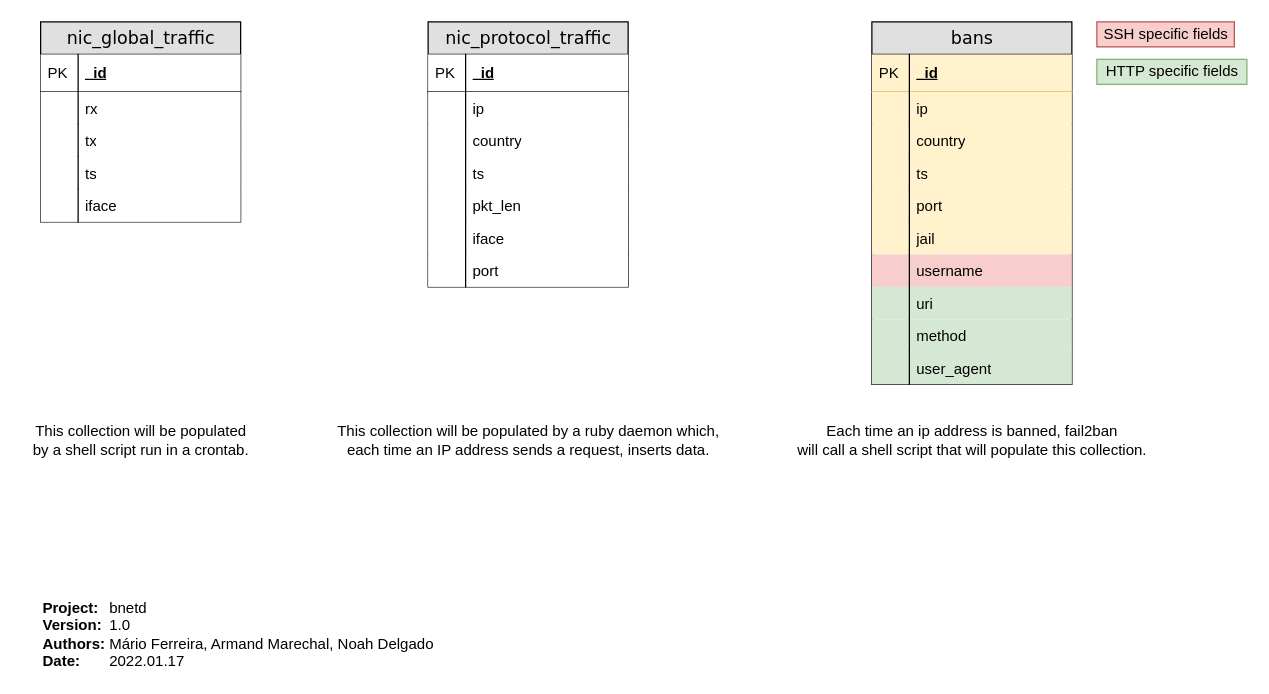
This is doc/db/schema.drawio from Thynkon/bnetd-laravel, a draw.io file, before an edit. Source tidied: cells renumbered, new cells numbered last; positions are measured from the earlier drawing's top-left corner, leaving out a move shared by most shapes. Both pictures are drawn from the tidied source at 125%, with x=0, y=0 at pixel (21, 21).
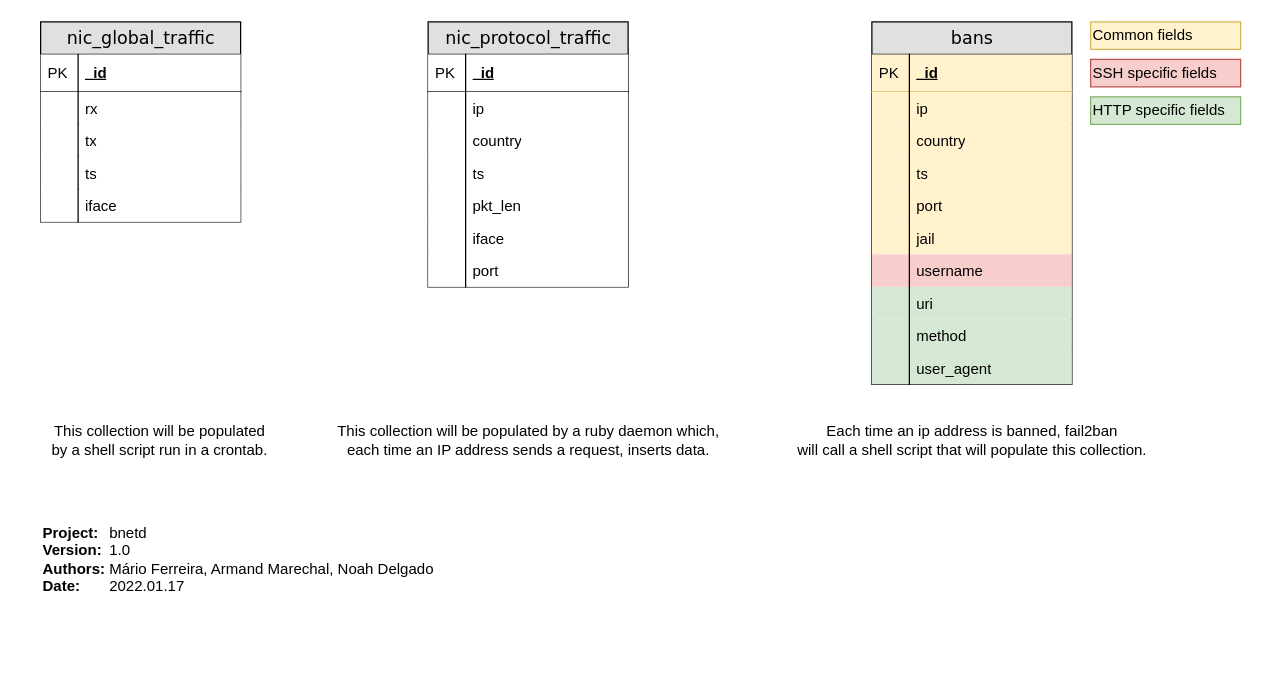
Above is the later version.

Commit message (it also covers changes not shown here):
Update db diagram's legend

The edit, as a diff of the source:
```diff
@@
-    <mxCell id="23" value="SSH specific fields" style="text;html=1;align=center;verticalAlign=middle;strokeColor=#b85450;fillColor=#f8cecc;" parent="1" vertex="1">
-      <mxGeometry x="860" width="110" height="20" as="geometry" />
-    </mxCell>
-    <mxCell id="24" value="HTTP specific fields" style="text;html=1;align=center;verticalAlign=middle;strokeColor=#82b366;fillColor=#d5e8d4;" parent="1" vertex="1">
-      <mxGeometry x="860" y="30" width="120" height="20" as="geometry" />
-    </mxCell>
@@
     <mxCell id="51" value="&lt;b&gt;Project:&lt;span style=&quot;white-space: pre&quot;&gt;&#9;&lt;/span&gt;&lt;/b&gt;bnetd&lt;br&gt;&lt;b&gt;Version:&lt;span style=&quot;white-space: pre&quot;&gt;&#9;&lt;/span&gt;&lt;/b&gt;1.0&lt;br&gt;&lt;b&gt;Authors:&lt;span style=&quot;white-space: pre&quot;&gt;&#9;&lt;/span&gt;&lt;/b&gt;Mário Ferreira, Armand Marechal, Noah Delgado&lt;br&gt;&lt;b&gt;Date:&lt;span style=&quot;white-space: pre&quot;&gt;&#9;&lt;/span&gt;&lt;/b&gt;2022.01.17" style="text;html=1;align=left;verticalAlign=middle;strokeColor=none;fillColor=none;fontStyle=0;" parent="1" vertex="1">
-      <mxGeometry x="15" y="460" width="330" height="60" as="geometry" />
+      <mxGeometry x="15" y="400" width="330" height="60" as="geometry" />
     </mxCell>
     <mxCell id="52" value="This collection will be populated&lt;br&gt;by a shell script run in a crontab." style="text;html=1;align=center;verticalAlign=middle;strokeColor=none;fillColor=none;" parent="1" vertex="1">
-      <mxGeometry y="320" width="190" height="30" as="geometry" />
+      <mxGeometry x="15" y="320" width="190" height="30" as="geometry" />
     </mxCell>
@@
+    <mxCell id="23" value="&lt;span&gt;SSH specific fields&lt;/span&gt;" style="rounded=0;whiteSpace=wrap;html=1;fillColor=#f8cecc;strokeColor=#b85450;align=left;" parent="1" vertex="1">
+      <mxGeometry x="855" y="30" width="120" height="22" as="geometry" />
+    </mxCell>
+    <mxCell id="55" value="Common fields" style="rounded=0;whiteSpace=wrap;html=1;fillColor=#fff2cc;strokeColor=#d6b656;align=left;" parent="1" vertex="1">
+      <mxGeometry x="855" width="120" height="22" as="geometry" />
+    </mxCell>
+    <mxCell id="24" value="&lt;span&gt;HTTP specific fields&lt;/span&gt;" style="rounded=0;whiteSpace=wrap;html=1;fillColor=#d5e8d4;strokeColor=#82b366;align=left;" parent="1" vertex="1">
+      <mxGeometry x="855" y="60" width="120" height="22" as="geometry" />
+    </mxCell>
```
